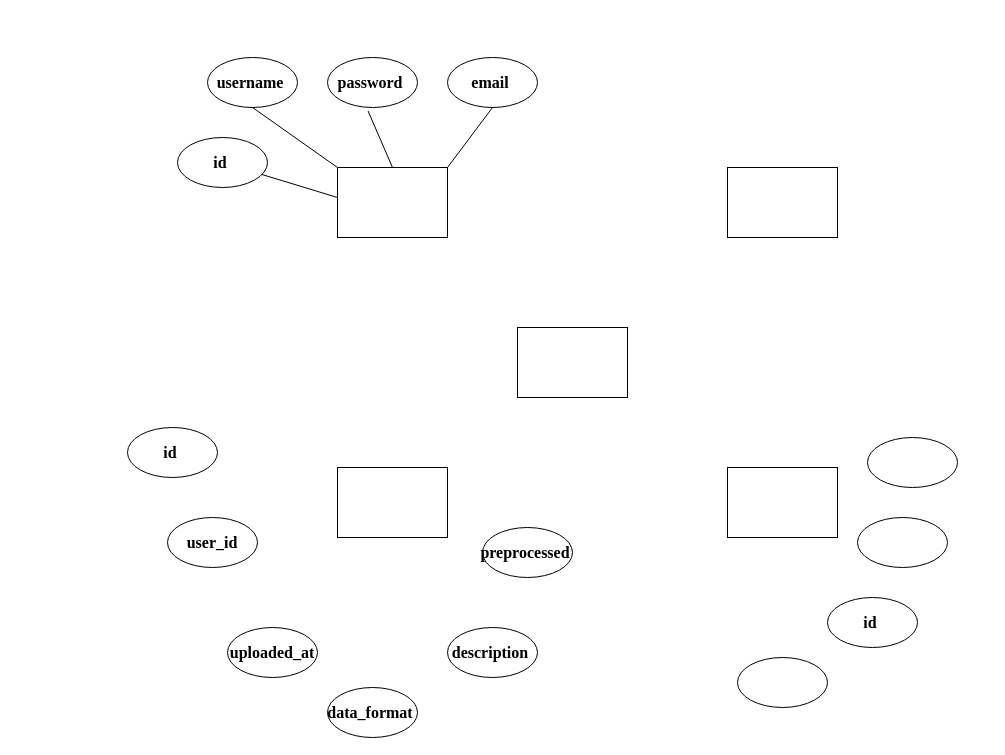
Before: 数据库设计.drawio in Lu-Ming-Song/C, a draw.io diagram. Source tidied: cells renumbered, new cells numbered last; positions are measured from the earlier drawing's top-left corner, leaving out a move shared by most shapes. Both pictures are drawn from the tidied source at 100%, with x=0, y=0 at pixel (127, 57).
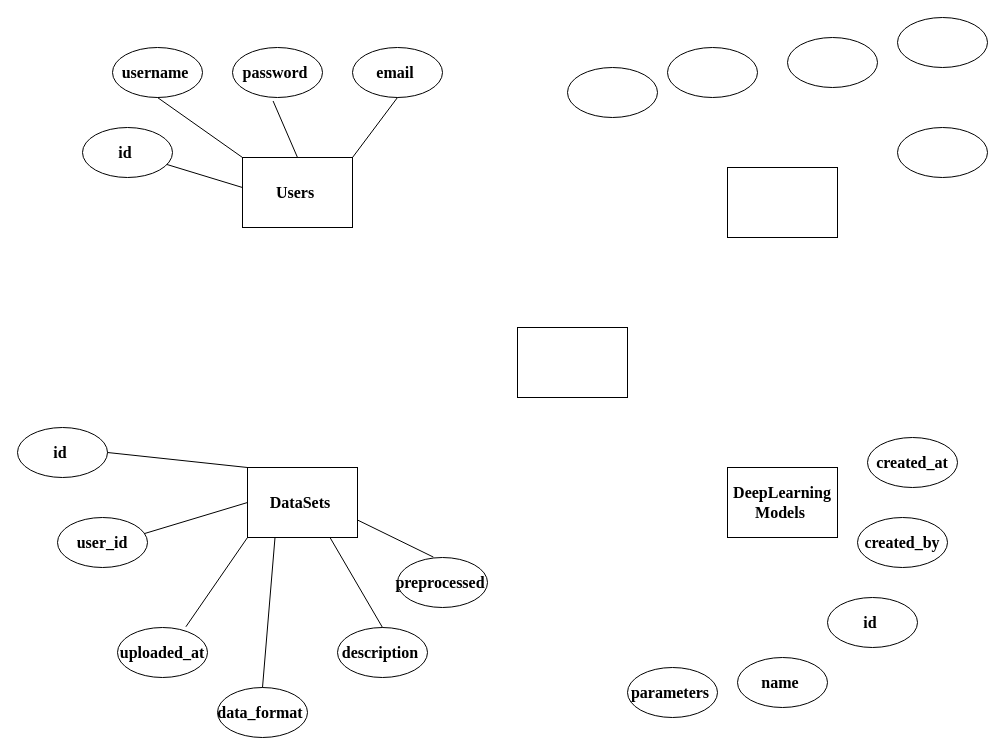
Above is the later version.

Commit message:
更新数据库设计.drawio

The edit, as a diff of the source:
```diff
@@
-    <mxCell id="2" style="rounded=0;whiteSpace=wrap;html=1;" parent="1" vertex="1">
-      <mxGeometry x="210" y="110" width="110" height="70" as="geometry" />
+    <mxCell id="2" value="&lt;b&gt;&lt;span style=&quot;font-size:12.0pt;&lt;br/&gt;mso-bidi-font-size:18.0pt;font-family:&amp;quot;Times New Roman&amp;quot;,serif;mso-fareast-font-family:&lt;br/&gt;宋体;mso-font-kerning:1.0pt;mso-ansi-language:EN-US;mso-fareast-language:ZH-CN;&lt;br/&gt;mso-bidi-language:AR-SA&quot; lang=&quot;EN-US&quot;&gt;Users&amp;nbsp;&lt;/span&gt;&lt;/b&gt;" style="rounded=0;whiteSpace=wrap;html=1;" parent="1" vertex="1">
+      <mxGeometry x="115" y="100" width="110" height="70" as="geometry" />
     </mxCell>
@@
-    <mxCell id="4" style="rounded=0;whiteSpace=wrap;html=1;" parent="1" vertex="1">
-      <mxGeometry x="210" y="410" width="110" height="70" as="geometry" />
+    <mxCell id="4" value="&lt;b&gt;&lt;span style=&quot;font-size:12.0pt;&lt;br/&gt;mso-bidi-font-size:18.0pt;font-family:&amp;quot;Times New Roman&amp;quot;,serif;mso-fareast-font-family:&lt;br/&gt;宋体;mso-font-kerning:1.0pt;mso-ansi-language:EN-US;mso-fareast-language:ZH-CN;&lt;br/&gt;mso-bidi-language:AR-SA&quot; lang=&quot;EN-US&quot;&gt;DataSets&amp;nbsp;&lt;/span&gt;&lt;/b&gt;" style="rounded=0;whiteSpace=wrap;html=1;" parent="1" vertex="1">
+      <mxGeometry x="120" y="410" width="110" height="70" as="geometry" />
     </mxCell>
-    <mxCell id="5" style="rounded=0;whiteSpace=wrap;html=1;" parent="1" vertex="1">
+    <mxCell id="5" value="&lt;b&gt;&lt;span style=&quot;font-size:12.0pt;&lt;br/&gt;mso-bidi-font-size:18.0pt;font-family:&amp;quot;Times New Roman&amp;quot;,serif;mso-fareast-font-family:&lt;br/&gt;宋体;mso-font-kerning:1.0pt;mso-ansi-language:EN-US;mso-fareast-language:ZH-CN;&lt;br/&gt;mso-bidi-language:AR-SA&quot; lang=&quot;EN-US&quot;&gt;DeepLearning&lt;br&gt;Models&amp;nbsp;&lt;/span&gt;&lt;/b&gt;" style="rounded=0;whiteSpace=wrap;html=1;" parent="1" vertex="1">
       <mxGeometry x="600" y="410" width="110" height="70" as="geometry" />
     </mxCell>
@@
     <mxCell id="7" value="&lt;b&gt;&lt;span style=&quot;font-size:12.0pt;&lt;br/&gt;mso-bidi-font-size:18.0pt;font-family:&amp;quot;Times New Roman&amp;quot;,serif;mso-fareast-font-family:&lt;br/&gt;宋体;mso-font-kerning:1.0pt;mso-ansi-language:EN-US;mso-fareast-language:ZH-CN;&lt;br/&gt;mso-bidi-language:AR-SA&quot; lang=&quot;EN-US&quot;&gt;username&amp;nbsp;&lt;/span&gt;&lt;/b&gt;" style="ellipse;whiteSpace=wrap;html=1;" parent="1" vertex="1">
-      <mxGeometry x="80" width="90" height="50" as="geometry" />
+      <mxGeometry x="-15" y="-10" width="90" height="50" as="geometry" />
     </mxCell>
@@
     <mxCell id="9" value="&lt;b&gt;&lt;span style=&quot;font-size:12.0pt;&lt;br/&gt;mso-bidi-font-size:18.0pt;font-family:&amp;quot;Times New Roman&amp;quot;,serif;mso-fareast-font-family:&lt;br/&gt;宋体;mso-font-kerning:1.0pt;mso-ansi-language:EN-US;mso-fareast-language:ZH-CN;&lt;br/&gt;mso-bidi-language:AR-SA&quot; lang=&quot;EN-US&quot;&gt;password&amp;nbsp;&lt;/span&gt;&lt;/b&gt;" style="ellipse;whiteSpace=wrap;html=1;" parent="1" vertex="1">
-      <mxGeometry x="200" width="90" height="50" as="geometry" />
+      <mxGeometry x="105" y="-10" width="90" height="50" as="geometry" />
     </mxCell>
     <mxCell id="10" value="&lt;b&gt;&lt;span style=&quot;font-size:12.0pt;&lt;br/&gt;mso-bidi-font-size:18.0pt;font-family:&amp;quot;Times New Roman&amp;quot;,serif;mso-fareast-font-family:&lt;br/&gt;宋体;mso-font-kerning:1.0pt;mso-ansi-language:EN-US;mso-fareast-language:ZH-CN;&lt;br/&gt;mso-bidi-language:AR-SA&quot; lang=&quot;EN-US&quot;&gt;id&amp;nbsp;&lt;/span&gt;&lt;/b&gt;" style="ellipse;whiteSpace=wrap;html=1;" parent="1" vertex="1">
-      <mxGeometry x="50" y="80" width="90" height="50" as="geometry" />
+      <mxGeometry x="-45" y="70" width="90" height="50" as="geometry" />
     </mxCell>
     <mxCell id="11" value="&lt;b&gt;&lt;span style=&quot;font-size:12.0pt;&lt;br/&gt;mso-bidi-font-size:18.0pt;font-family:&amp;quot;Times New Roman&amp;quot;,serif;mso-fareast-font-family:&lt;br/&gt;宋体;mso-font-kerning:1.0pt;mso-ansi-language:EN-US;mso-fareast-language:ZH-CN;&lt;br/&gt;mso-bidi-language:AR-SA&quot; lang=&quot;EN-US&quot;&gt;id&amp;nbsp;&lt;/span&gt;&lt;/b&gt;" style="ellipse;whiteSpace=wrap;html=1;" parent="1" vertex="1">
-      <mxGeometry y="370" width="90" height="50" as="geometry" />
+      <mxGeometry x="-110" y="370" width="90" height="50" as="geometry" />
     </mxCell>
     <mxCell id="12" value="&lt;b&gt;&lt;span style=&quot;font-size:12.0pt;&lt;br/&gt;mso-bidi-font-size:18.0pt;font-family:&amp;quot;Times New Roman&amp;quot;,serif;mso-fareast-font-family:&lt;br/&gt;宋体;mso-font-kerning:1.0pt;mso-ansi-language:EN-US;mso-fareast-language:ZH-CN;&lt;br/&gt;mso-bidi-language:AR-SA&quot; lang=&quot;EN-US&quot;&gt;user_id&lt;/span&gt;&lt;/b&gt;" style="ellipse;whiteSpace=wrap;html=1;" parent="1" vertex="1">
-      <mxGeometry x="40" y="460" width="90" height="50" as="geometry" />
+      <mxGeometry x="-70" y="460" width="90" height="50" as="geometry" />
     </mxCell>
     <mxCell id="13" value="&lt;b&gt;&lt;span style=&quot;font-size:12.0pt;&lt;br/&gt;mso-bidi-font-size:18.0pt;font-family:&amp;quot;Times New Roman&amp;quot;,serif;mso-fareast-font-family:&lt;br/&gt;宋体;mso-font-kerning:1.0pt;mso-ansi-language:EN-US;mso-fareast-language:ZH-CN;&lt;br/&gt;mso-bidi-language:AR-SA&quot; lang=&quot;EN-US&quot;&gt;uploaded_at&lt;/span&gt;&lt;/b&gt;" style="ellipse;whiteSpace=wrap;html=1;" parent="1" vertex="1">
-      <mxGeometry x="100" y="570" width="90" height="50" as="geometry" />
+      <mxGeometry x="-10" y="570" width="90" height="50" as="geometry" />
     </mxCell>
     <mxCell id="14" value="&lt;b&gt;&lt;span style=&quot;font-size:12.0pt;&lt;br/&gt;mso-bidi-font-size:18.0pt;font-family:&amp;quot;Times New Roman&amp;quot;,serif;mso-fareast-font-family:&lt;br/&gt;宋体;mso-font-kerning:1.0pt;mso-ansi-language:EN-US;mso-fareast-language:ZH-CN;&lt;br/&gt;mso-bidi-language:AR-SA&quot; lang=&quot;EN-US&quot;&gt;email&amp;nbsp;&lt;/span&gt;&lt;/b&gt;" style="ellipse;whiteSpace=wrap;html=1;" parent="1" vertex="1">
-      <mxGeometry x="320" width="90" height="50" as="geometry" />
+      <mxGeometry x="225" y="-10" width="90" height="50" as="geometry" />
     </mxCell>
@@
     <mxCell id="18" value="&lt;b&gt;&lt;span style=&quot;font-size:12.0pt;&lt;br/&gt;mso-bidi-font-size:18.0pt;font-family:&amp;quot;Times New Roman&amp;quot;,serif;mso-fareast-font-family:&lt;br/&gt;宋体;mso-font-kerning:1.0pt;mso-ansi-language:EN-US;mso-fareast-language:ZH-CN;&lt;br/&gt;mso-bidi-language:AR-SA&quot; lang=&quot;EN-US&quot;&gt;data_format&amp;nbsp;&lt;/span&gt;&lt;/b&gt;" style="ellipse;whiteSpace=wrap;html=1;" parent="1" vertex="1">
-      <mxGeometry x="200" y="630" width="90" height="50" as="geometry" />
+      <mxGeometry x="90" y="630" width="90" height="50" as="geometry" />
     </mxCell>
     <mxCell id="19" value="&lt;b&gt;&lt;span style=&quot;font-size:12.0pt;&lt;br/&gt;mso-bidi-font-size:18.0pt;font-family:&amp;quot;Times New Roman&amp;quot;,serif;mso-fareast-font-family:&lt;br/&gt;宋体;mso-font-kerning:1.0pt;mso-ansi-language:EN-US;mso-fareast-language:ZH-CN;&lt;br/&gt;mso-bidi-language:AR-SA&quot; lang=&quot;EN-US&quot;&gt;description&amp;nbsp;&lt;/span&gt;&lt;/b&gt;" style="ellipse;whiteSpace=wrap;html=1;" parent="1" vertex="1">
-      <mxGeometry x="320" y="570" width="90" height="50" as="geometry" />
+      <mxGeometry x="210" y="570" width="90" height="50" as="geometry" />
     </mxCell>
     <mxCell id="20" value="&lt;b&gt;&lt;span style=&quot;font-size:12.0pt;&lt;br/&gt;mso-bidi-font-size:18.0pt;font-family:&amp;quot;Times New Roman&amp;quot;,serif;mso-fareast-font-family:&lt;br/&gt;宋体;mso-font-kerning:1.0pt;mso-ansi-language:EN-US;mso-fareast-language:ZH-CN;&lt;br/&gt;mso-bidi-language:AR-SA&quot; lang=&quot;EN-US&quot;&gt;preprocessed&amp;nbsp;&lt;/span&gt;&lt;/b&gt;" style="ellipse;whiteSpace=wrap;html=1;" parent="1" vertex="1">
-      <mxGeometry x="355" y="470" width="90" height="50" as="geometry" />
+      <mxGeometry x="270" y="500" width="90" height="50" as="geometry" />
     </mxCell>
@@
-    <mxCell id="22" style="ellipse;whiteSpace=wrap;html=1;" parent="1" vertex="1">
+    <mxCell id="22" value="&lt;b&gt;&lt;span style=&quot;font-size:12.0pt;&lt;br/&gt;mso-bidi-font-size:18.0pt;font-family:&amp;quot;Times New Roman&amp;quot;,serif;mso-fareast-font-family:&lt;br/&gt;宋体;mso-font-kerning:1.0pt;mso-ansi-language:EN-US;mso-fareast-language:ZH-CN;&lt;br/&gt;mso-bidi-language:AR-SA&quot; lang=&quot;EN-US&quot;&gt;created_by&lt;/span&gt;&lt;/b&gt;" style="ellipse;whiteSpace=wrap;html=1;" parent="1" vertex="1">
       <mxGeometry x="730" y="460" width="90" height="50" as="geometry" />
     </mxCell>
-    <mxCell id="23" style="ellipse;whiteSpace=wrap;html=1;" parent="1" vertex="1">
+    <mxCell id="23" value="&lt;b&gt;&lt;span style=&quot;font-size:12.0pt;&lt;br/&gt;mso-bidi-font-size:18.0pt;font-family:&amp;quot;Times New Roman&amp;quot;,serif;mso-fareast-font-family:&lt;br/&gt;宋体;mso-font-kerning:1.0pt;mso-ansi-language:EN-US;mso-fareast-language:ZH-CN;&lt;br/&gt;mso-bidi-language:AR-SA&quot; lang=&quot;EN-US&quot;&gt;created_at&lt;/span&gt;&lt;/b&gt;" style="ellipse;whiteSpace=wrap;html=1;" parent="1" vertex="1">
       <mxGeometry x="740" y="380" width="90" height="50" as="geometry" />
     </mxCell>
-    <mxCell id="24" style="ellipse;whiteSpace=wrap;html=1;" parent="1" vertex="1">
+    <mxCell id="24" value="&lt;b&gt;&lt;span style=&quot;font-size:12.0pt;&lt;br/&gt;mso-bidi-font-size:18.0pt;font-family:&amp;quot;Times New Roman&amp;quot;,serif;mso-fareast-font-family:&lt;br/&gt;宋体;mso-font-kerning:1.0pt;mso-ansi-language:EN-US;mso-fareast-language:ZH-CN;&lt;br/&gt;mso-bidi-language:AR-SA&quot; lang=&quot;EN-US&quot;&gt;name&amp;nbsp;&lt;/span&gt;&lt;/b&gt;" style="ellipse;whiteSpace=wrap;html=1;" parent="1" vertex="1">
       <mxGeometry x="610" y="600" width="90" height="50" as="geometry" />
     </mxCell>
+    <mxCell id="25" value="&lt;b&gt;&lt;span style=&quot;font-size:12.0pt;&lt;br/&gt;mso-bidi-font-size:18.0pt;font-family:&amp;quot;Times New Roman&amp;quot;,serif;mso-fareast-font-family:&lt;br/&gt;宋体;mso-font-kerning:1.0pt;mso-ansi-language:EN-US;mso-fareast-language:ZH-CN;&lt;br/&gt;mso-bidi-language:AR-SA&quot; lang=&quot;EN-US&quot;&gt;parameters&amp;nbsp;&lt;/span&gt;&lt;/b&gt;" style="ellipse;whiteSpace=wrap;html=1;" parent="1" vertex="1">
+      <mxGeometry x="500" y="610" width="90" height="50" as="geometry" />
+    </mxCell>
+    <mxCell id="26" style="ellipse;whiteSpace=wrap;html=1;" parent="1" vertex="1">
+      <mxGeometry x="540" y="-10" width="90" height="50" as="geometry" />
+    </mxCell>
+    <mxCell id="27" style="endArrow=none;html=1;rounded=0;exitX=0;exitY=0;exitDx=0;exitDy=0;entryX=1;entryY=0.5;entryDx=0;entryDy=0;" parent="1" edge="1" source="4" target="11">
+      <mxGeometry relative="1" as="geometry" />
+    </mxCell>
+    <mxCell id="28" style="endArrow=none;html=1;rounded=0;exitX=0;exitY=0.5;exitDx=0;exitDy=0;entryX=0.967;entryY=0.321;entryDx=0;entryDy=0;entryPerimeter=0;" parent="1" edge="1" source="4" target="12">
+      <mxGeometry relative="1" as="geometry" />
+    </mxCell>
+    <mxCell id="29" style="endArrow=none;html=1;rounded=0;exitX=0.25;exitY=1;exitDx=0;exitDy=0;entryX=0.5;entryY=0;entryDx=0;entryDy=0;" parent="1" edge="1" source="4" target="18">
+      <mxGeometry relative="1" as="geometry" />
+    </mxCell>
+    <mxCell id="30" style="endArrow=none;html=1;rounded=0;entryX=0.76;entryY=-0.015;entryDx=0;entryDy=0;entryPerimeter=0;exitX=0;exitY=1;exitDx=0;exitDy=0;" parent="1" edge="1" source="4" target="13">
+      <mxGeometry relative="1" as="geometry" />
+    </mxCell>
+    <mxCell id="31" style="endArrow=none;html=1;rounded=0;exitX=0.75;exitY=1;exitDx=0;exitDy=0;entryX=0.5;entryY=0;entryDx=0;entryDy=0;" parent="1" edge="1" source="4" target="19">
+      <mxGeometry relative="1" as="geometry" />
+    </mxCell>
+    <mxCell id="32" style="endArrow=none;html=1;rounded=0;entryX=1;entryY=0.75;entryDx=0;entryDy=0;exitX=0.399;exitY=-0.008;exitDx=0;exitDy=0;exitPerimeter=0;" parent="1" edge="1" source="20" target="4">
+      <mxGeometry relative="1" as="geometry" />
+    </mxCell>
+    <mxCell id="33" style="ellipse;whiteSpace=wrap;html=1;" parent="1" vertex="1">
+      <mxGeometry x="660" y="-20" width="90" height="50" as="geometry" />
+    </mxCell>
+    <mxCell id="34" style="ellipse;whiteSpace=wrap;html=1;" parent="1" vertex="1">
+      <mxGeometry x="440" y="10" width="90" height="50" as="geometry" />
+    </mxCell>
+    <mxCell id="35" style="ellipse;whiteSpace=wrap;html=1;" parent="1" vertex="1">
+      <mxGeometry x="770" y="70" width="90" height="50" as="geometry" />
+    </mxCell>
+    <mxCell id="36" style="ellipse;whiteSpace=wrap;html=1;" parent="1" vertex="1">
+      <mxGeometry x="770" y="-40" width="90" height="50" as="geometry" />
+    </mxCell>
```
